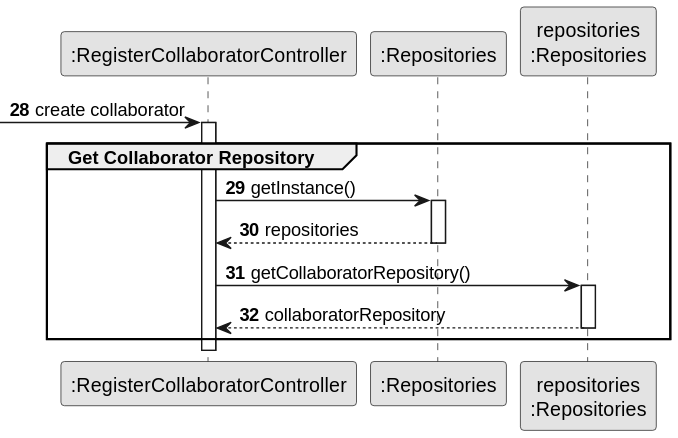
The PlantUML diagram docs/sprintB/us003/03.design/svg/us003-sequence-diagram-partial-get-collaborator-repository.svg in ricardomm7/leaflink, before a commit. Source of this version:
```plantuml
@startuml
skinparam monochrome true
skinparam packageStyle rectangle
skinparam shadowing false

autonumber 28

participant ":RegisterCollaboratorController" as CTRL
participant ":Repositories" as GlobRepo
participant "repositories\n:Repositories" as PLAT

-> CTRL: create collaborator
activate CTRL

group Get Collaborator Repository

CTRL -> GlobRepo : getInstance()
activate GlobRepo
GlobRepo --> CTRL : repositories
deactivate GlobRepo
CTRL -> PLAT : getCollaboratorRepository()
activate PLAT
PLAT -->  CTRL: collaboratorRepository
deactivate PLAT

end
@enduml
```
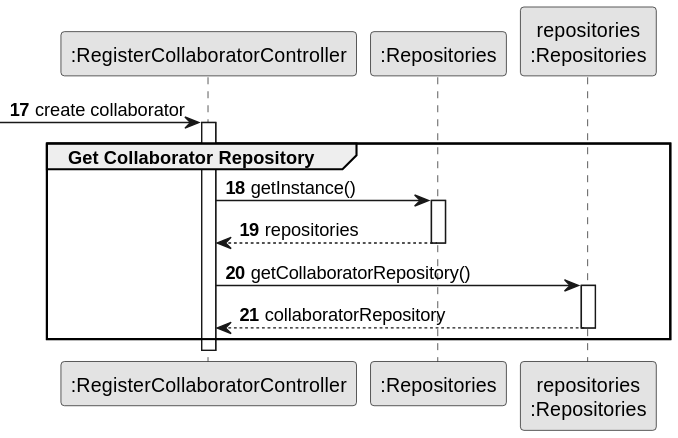
The same file after the commit.

Diff of the diagram source:
```diff
@@ -3,7 +3,7 @@
 skinparam packageStyle rectangle
 skinparam shadowing false
 
-autonumber 28
+autonumber 17
 
 participant ":RegisterCollaboratorController" as CTRL
 participant ":Repositories" as GlobRepo
```
